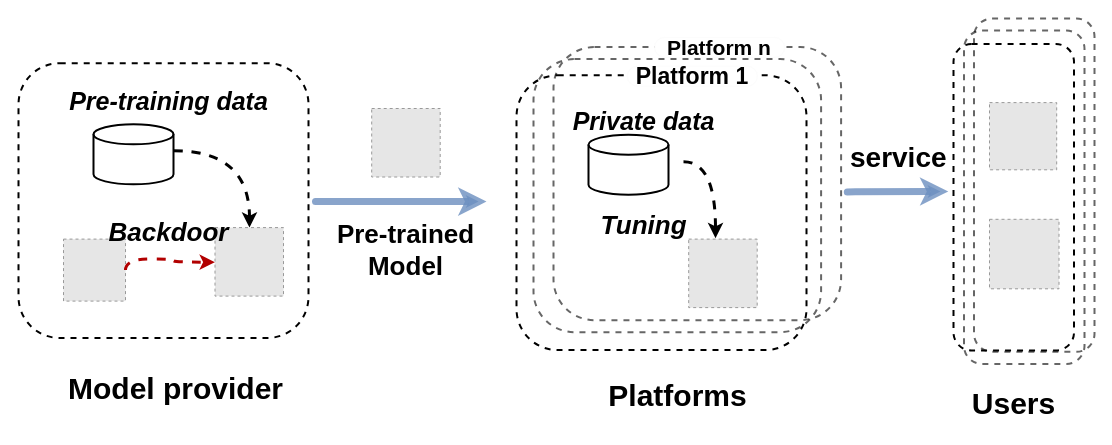
Above: 未命名绘图.drawio in BAWWH/record (draw.io), before the change. Source tidied: cells renumbered, new cells numbered last; positions are measured from the earlier drawing's top-left corner, leaving out a move shared by most shapes. Both pictures are drawn from the tidied source at 100%, with x=0, y=0 at pixel (18, 18). Pictures stored in the file or linked from it are replaced by grey dashed boxes.
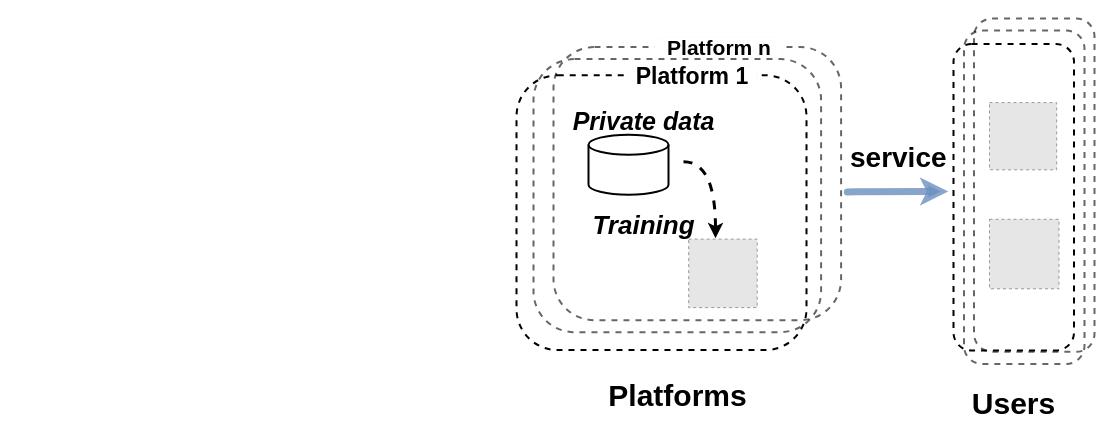
After the change.

Commit message (it also covers changes not shown here):
更新未命名绘图.drawio

Change to the diagram source:
```diff
@@
-    <mxCell id="2" style="rounded=1;whiteSpace=wrap;html=1;fontSize=16;fontColor=#000000;strokeWidth=2;fillColor=none;align=center;strokeColor=#000000;shadow=0;dashed=1;fontStyle=1;" parent="1" vertex="1">
-      <mxGeometry y="44.7" width="290" height="274.8" as="geometry" />
-    </mxCell>
@@
-    <mxCell id="8" value="&lt;div style=&quot;&quot;&gt;&lt;font size=&quot;1&quot; style=&quot;&quot; color=&quot;#000000&quot;&gt;&lt;b style=&quot;font-size: 30px;&quot;&gt;Model provider&lt;/b&gt;&lt;/font&gt;&lt;/div&gt;" style="text;html=1;align=center;verticalAlign=middle;fillColor=none;strokeColor=none;rounded=0;shadow=0;sketch=0;fontSize=24;fontColor=#CC0000;" parent="1" vertex="1">
-      <mxGeometry x="37.4" y="345.4" width="240" height="50" as="geometry" />
-    </mxCell>
-    <mxCell id="9" value="&lt;div style=&quot;&quot;&gt;&lt;font style=&quot;font-size: 25px;&quot; color=&quot;#000000&quot;&gt;&lt;b&gt;&lt;i&gt;Pre-training data&lt;/i&gt;&lt;/b&gt;&lt;/font&gt;&lt;/div&gt;" style="text;html=1;align=center;verticalAlign=middle;fillColor=none;strokeColor=none;rounded=0;shadow=0;sketch=0;fontSize=24;fontColor=#CC0000;" parent="1" vertex="1">
-      <mxGeometry x="40" y="63.3" width="220" height="40" as="geometry" />
-    </mxCell>
@@
-    <mxCell id="13" style="edgeStyle=orthogonalEdgeStyle;rounded=1;orthogonalLoop=1;jettySize=auto;html=1;fontSize=16;fontColor=#000000;endArrow=classic;endFill=1;strokeColor=#6c8ebf;strokeWidth=7;opacity=80;fillColor=#dae8fc;" parent="1" edge="1">
-      <mxGeometry relative="1" as="geometry">
-        <mxPoint x="300" y="183.1" as="sourcePoint" />
-        <mxPoint x="468" y="183.1" as="targetPoint" />
-        <Array as="points">
-          <mxPoint x="295" y="183.1" />
-          <mxPoint x="468" y="183.1" />
-        </Array>
-      </mxGeometry>
-    </mxCell>
-    <mxCell id="14" value="&lt;div style=&quot;font-size: 26px&quot;&gt;&lt;font color=&quot;#000000&quot;&gt;&lt;b&gt;Pre-trained &lt;br&gt;Model&lt;/b&gt;&lt;/font&gt;&lt;/div&gt;" style="text;html=1;align=center;verticalAlign=middle;fillColor=none;strokeColor=none;rounded=0;shadow=0;sketch=0;fontSize=24;fontColor=#CC0000;" parent="1" vertex="1">
-      <mxGeometry x="307.4" y="191.7" width="160" height="80" as="geometry" />
-    </mxCell>
@@
-    <mxCell id="16" value="&lt;div style=&quot;font-size: 26px&quot;&gt;&lt;font color=&quot;#000000&quot;&gt;&lt;b&gt;&lt;i&gt;Tuning&lt;/i&gt;&lt;/b&gt;&lt;/font&gt;&lt;/div&gt;" style="text;html=1;align=center;verticalAlign=middle;fillColor=none;strokeColor=none;rounded=0;shadow=0;sketch=0;fontSize=24;fontColor=#CC0000;rotation=0;" parent="1" vertex="1">
-      <mxGeometry x="570" y="187.2" width="110" height="40" as="geometry" />
+    <mxCell id="16" value="&lt;div style=&quot;font-size: 26px&quot;&gt;&lt;font color=&quot;#000000&quot;&gt;&lt;b&gt;&lt;i&gt;Training&lt;/i&gt;&lt;/b&gt;&lt;/font&gt;&lt;/div&gt;" style="text;html=1;align=center;verticalAlign=middle;fillColor=none;strokeColor=none;rounded=0;shadow=0;sketch=0;fontSize=24;fontColor=#CC0000;rotation=0;" parent="1" vertex="1">
+      <mxGeometry x="560" y="187.2" width="130" height="40" as="geometry" />
     </mxCell>
@@
-    <mxCell id="24" style="strokeWidth=2;html=1;shape=mxgraph.flowchart.database;whiteSpace=wrap;" parent="1" vertex="1">
-      <mxGeometry x="75" y="105.8" width="80" height="60" as="geometry" />
-    </mxCell>
-    <mxCell id="25" style="edgeStyle=orthogonalEdgeStyle;curved=1;rounded=0;jettySize=auto;html=1;dashed=1;fontSize=21;strokeWidth=3;" parent="1" edge="1" source="24" target="26">
-      <mxGeometry relative="1" as="geometry">
-        <Array as="points">
-          <mxPoint x="231" y="132.2" />
-        </Array>
-      </mxGeometry>
-    </mxCell>
-    <mxCell id="26" style="fillColor=#E6E6E6;strokeColor=#999999;dashed=1;verticalLabelPosition=bottom;labelBackgroundColor=default;verticalAlign=top;" parent="1" vertex="1">
-      <mxGeometry x="196.5" y="209.1" width="68.5" height="68.5" as="geometry" />
-    </mxCell>
-    <mxCell id="27" style="fillColor=#E6E6E6;strokeColor=#999999;dashed=1;verticalLabelPosition=bottom;labelBackgroundColor=default;verticalAlign=top;" parent="1" vertex="1">
-      <mxGeometry x="45" y="220.6" width="62" height="62" as="geometry" />
-    </mxCell>
-    <mxCell id="28" style="edgeStyle=orthogonalEdgeStyle;curved=1;rounded=0;jettySize=auto;html=1;dashed=1;fontSize=21;exitX=1;exitY=0.5;exitDx=0;exitDy=0;strokeWidth=3;fillColor=#e51400;strokeColor=#B20000;entryX=0;entryY=0.5;entryDx=0;entryDy=0;" parent="1" edge="1" source="27">
-      <mxGeometry relative="1" as="geometry">
-        <mxPoint x="196.4" y="243.7" as="targetPoint" />
-        <Array as="points">
-          <mxPoint x="155" y="240.5" />
-          <mxPoint x="155" y="243.5" />
-        </Array>
-      </mxGeometry>
-    </mxCell>
-    <mxCell id="29" value="&lt;div style=&quot;font-size: 26px&quot;&gt;&lt;font color=&quot;#000000&quot;&gt;&lt;b&gt;&lt;i&gt;Backdoor&lt;/i&gt;&lt;/b&gt;&lt;/font&gt;&lt;/div&gt;" style="text;html=1;align=center;verticalAlign=middle;fillColor=none;strokeColor=none;rounded=0;shadow=0;sketch=0;fontSize=24;fontColor=#CC0000;" parent="1" vertex="1">
-      <mxGeometry x="80" y="194.3" width="140" height="40" as="geometry" />
-    </mxCell>
@@
-    <mxCell id="31" style="fillColor=#E6E6E6;strokeColor=#999999;dashed=1;verticalLabelPosition=bottom;labelBackgroundColor=default;verticalAlign=top;" parent="1" vertex="1">
-      <mxGeometry x="353.2" y="90" width="68.5" height="68.5" as="geometry" />
-    </mxCell>
```
